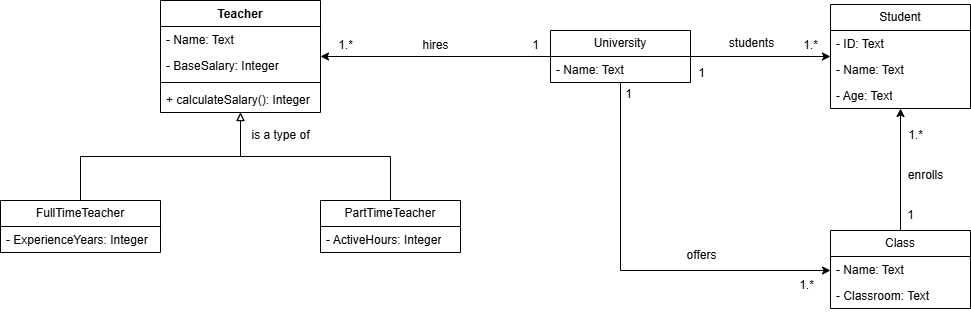
This is UniversitySystem - Class Diagram.png from n-montanez/university-system, a draw.io export, as it was before one commit. Source tidied: cells renumbered, new cells last; positions are measured from the earlier drawing's top-left corner, leaving out a move shared by most shapes. Source of this version:
```xml
<mxGraphModel>
  <root>
    <mxCell id="0" />
    <mxCell id="1" parent="0" />
    <mxCell id="2" value="Teacher" style="swimlane;fontStyle=1;align=center;verticalAlign=top;horizontal=1;startSize=26;whiteSpace=wrap;html=1;" parent="1" vertex="1">
      <mxGeometry x="160" width="160" height="112" as="geometry" />
    </mxCell>
    <mxCell id="3" value="- Name: Text" style="text;strokeColor=none;fillColor=none;align=left;verticalAlign=top;spacingLeft=4;spacingRight=4;overflow=hidden;whiteSpace=wrap;html=1;" parent="2" vertex="1">
      <mxGeometry y="26" width="160" height="26" as="geometry" />
    </mxCell>
    <mxCell id="4" value="- BaseSalary: Integer" style="text;strokeColor=none;fillColor=none;align=left;verticalAlign=top;spacingLeft=4;spacingRight=4;overflow=hidden;whiteSpace=wrap;html=1;" parent="2" vertex="1">
      <mxGeometry y="52" width="160" height="26" as="geometry" />
    </mxCell>
    <mxCell id="5" style="line;strokeWidth=1;fillColor=none;align=left;verticalAlign=middle;spacingTop=-1;spacingLeft=3;spacingRight=3;labelPosition=right;strokeColor=inherit;" parent="2" vertex="1">
      <mxGeometry y="78" width="160" height="8" as="geometry" />
    </mxCell>
    <mxCell id="6" value="+ calculateSalary(): Integer" style="text;strokeColor=none;fillColor=none;align=left;verticalAlign=top;spacingLeft=4;spacingRight=4;overflow=hidden;whiteSpace=wrap;html=1;" parent="2" vertex="1">
      <mxGeometry y="86" width="160" height="26" as="geometry" />
    </mxCell>
    <mxCell id="7" style="edgeStyle=orthogonalEdgeStyle;rounded=0;jettySize=auto;html=1;endArrow=block;endFill=0;" parent="1" edge="1" source="8" target="2">
      <mxGeometry relative="1" as="geometry" />
    </mxCell>
    <mxCell id="8" value="FullTimeTeacher" style="swimlane;fontStyle=0;horizontal=1;startSize=26;fillColor=none;whiteSpace=wrap;html=1;" parent="1" vertex="1">
      <mxGeometry y="200" width="160" height="52" as="geometry" />
    </mxCell>
    <mxCell id="9" value="- ExperienceYears: Integer" style="text;strokeColor=none;fillColor=none;align=left;verticalAlign=top;spacingLeft=4;spacingRight=4;overflow=hidden;whiteSpace=wrap;html=1;" parent="8" vertex="1">
      <mxGeometry y="26" width="160" height="26" as="geometry" />
    </mxCell>
    <mxCell id="10" style="edgeStyle=orthogonalEdgeStyle;rounded=0;jettySize=auto;html=1;endArrow=block;startFill=0;endFill=0;" parent="1" edge="1" source="11" target="2">
      <mxGeometry relative="1" as="geometry" />
    </mxCell>
    <mxCell id="11" value="PartTimeTeacher" style="swimlane;fontStyle=0;horizontal=1;startSize=26;fillColor=none;whiteSpace=wrap;html=1;" parent="1" vertex="1">
      <mxGeometry x="320" y="200" width="140" height="52" as="geometry" />
    </mxCell>
    <mxCell id="12" value="- ActiveHours: Integer" style="text;strokeColor=none;fillColor=none;align=left;verticalAlign=top;spacingLeft=4;spacingRight=4;overflow=hidden;whiteSpace=wrap;html=1;" parent="11" vertex="1">
      <mxGeometry y="26" width="140" height="26" as="geometry" />
    </mxCell>
    <mxCell id="13" style="edgeStyle=orthogonalEdgeStyle;rounded=0;jettySize=auto;html=1;" parent="1" edge="1" source="16" target="2">
      <mxGeometry relative="1" as="geometry" />
    </mxCell>
    <mxCell id="14" style="edgeStyle=orthogonalEdgeStyle;rounded=0;jettySize=auto;html=1;" parent="1" edge="1" source="16" target="26">
      <mxGeometry relative="1" as="geometry" />
    </mxCell>
    <mxCell id="15" style="edgeStyle=orthogonalEdgeStyle;rounded=0;jettySize=auto;html=1;" parent="1" edge="1" source="16" target="23">
      <mxGeometry relative="1" as="geometry">
        <Array as="points">
          <mxPoint x="620" y="270" />
        </Array>
      </mxGeometry>
    </mxCell>
    <mxCell id="16" value="University" style="swimlane;fontStyle=0;horizontal=1;startSize=26;fillColor=none;whiteSpace=wrap;html=1;" parent="1" vertex="1">
      <mxGeometry x="550" y="30" width="140" height="52" as="geometry" />
    </mxCell>
    <mxCell id="17" value="- Name: Text" style="text;strokeColor=none;fillColor=none;align=left;verticalAlign=top;spacingLeft=4;spacingRight=4;overflow=hidden;whiteSpace=wrap;html=1;" parent="16" vertex="1">
      <mxGeometry y="26" width="140" height="26" as="geometry" />
    </mxCell>
    <mxCell id="18" value="hires" style="text;html=1;align=center;verticalAlign=middle;strokeColor=none;fillColor=none;" parent="1" vertex="1">
      <mxGeometry x="410" y="30" width="50" height="30" as="geometry" />
    </mxCell>
    <mxCell id="19" value="1" style="text;html=1;align=center;verticalAlign=middle;strokeColor=none;fillColor=none;" parent="1" vertex="1">
      <mxGeometry x="520" y="30" width="30" height="30" as="geometry" />
    </mxCell>
    <mxCell id="20" value="1.*" style="text;html=1;align=center;verticalAlign=middle;strokeColor=none;fillColor=none;" parent="1" vertex="1">
      <mxGeometry x="325" y="30" width="40" height="30" as="geometry" />
    </mxCell>
    <mxCell id="21" value="is a type of" style="text;html=1;align=center;verticalAlign=middle;strokeColor=none;fillColor=none;" parent="1" vertex="1">
      <mxGeometry x="240" y="120" width="80" height="30" as="geometry" />
    </mxCell>
    <mxCell id="22" style="edgeStyle=orthogonalEdgeStyle;rounded=0;jettySize=auto;html=1;" parent="1" edge="1" source="23" target="26">
      <mxGeometry relative="1" as="geometry" />
    </mxCell>
    <mxCell id="23" value="Class" style="swimlane;fontStyle=0;horizontal=1;startSize=26;fillColor=none;whiteSpace=wrap;html=1;" parent="1" vertex="1">
      <mxGeometry x="830" y="230" width="140" height="78" as="geometry" />
    </mxCell>
    <mxCell id="24" value="- Name: Text" style="text;strokeColor=none;fillColor=none;align=left;verticalAlign=top;spacingLeft=4;spacingRight=4;overflow=hidden;whiteSpace=wrap;html=1;" parent="23" vertex="1">
      <mxGeometry y="26" width="140" height="26" as="geometry" />
    </mxCell>
    <mxCell id="25" value="- Classroom: Text" style="text;strokeColor=none;fillColor=none;align=left;verticalAlign=top;spacingLeft=4;spacingRight=4;overflow=hidden;whiteSpace=wrap;html=1;" parent="23" vertex="1">
      <mxGeometry y="52" width="140" height="26" as="geometry" />
    </mxCell>
    <mxCell id="26" value="Student" style="swimlane;fontStyle=0;horizontal=1;startSize=26;fillColor=none;whiteSpace=wrap;html=1;" parent="1" vertex="1">
      <mxGeometry x="830" y="4" width="140" height="104" as="geometry" />
    </mxCell>
    <mxCell id="27" value="- ID: Text" style="text;strokeColor=none;fillColor=none;align=left;verticalAlign=top;spacingLeft=4;spacingRight=4;overflow=hidden;whiteSpace=wrap;html=1;" parent="26" vertex="1">
      <mxGeometry y="26" width="140" height="26" as="geometry" />
    </mxCell>
    <mxCell id="28" value="- Name: Text" style="text;strokeColor=none;fillColor=none;align=left;verticalAlign=top;spacingLeft=4;spacingRight=4;overflow=hidden;whiteSpace=wrap;html=1;" parent="26" vertex="1">
      <mxGeometry y="52" width="140" height="26" as="geometry" />
    </mxCell>
    <mxCell id="29" value="- Age: Text" style="text;strokeColor=none;fillColor=none;align=left;verticalAlign=top;spacingLeft=4;spacingRight=4;overflow=hidden;whiteSpace=wrap;html=1;" parent="26" vertex="1">
      <mxGeometry y="78" width="140" height="26" as="geometry" />
    </mxCell>
    <mxCell id="30" value="1" style="text;html=1;align=center;verticalAlign=middle;strokeColor=none;fillColor=none;" parent="1" vertex="1">
      <mxGeometry x="895" y="200" width="30" height="30" as="geometry" />
    </mxCell>
    <mxCell id="31" value="1.*" style="text;html=1;align=center;verticalAlign=middle;strokeColor=none;fillColor=none;" parent="1" vertex="1">
      <mxGeometry x="895" y="120" width="40" height="30" as="geometry" />
    </mxCell>
    <mxCell id="32" value="enrolls" style="text;html=1;align=center;verticalAlign=middle;strokeColor=none;fillColor=none;" parent="1" vertex="1">
      <mxGeometry x="895" y="160" width="60" height="30" as="geometry" />
    </mxCell>
    <mxCell id="33" value="students" style="text;html=1;align=center;verticalAlign=middle;strokeColor=none;fillColor=none;" parent="1" vertex="1">
      <mxGeometry x="716" y="28" width="70" height="30" as="geometry" />
    </mxCell>
    <mxCell id="34" value="1" style="text;html=1;align=center;verticalAlign=middle;strokeColor=none;fillColor=none;" parent="1" vertex="1">
      <mxGeometry x="686" y="58" width="30" height="30" as="geometry" />
    </mxCell>
    <mxCell id="35" value="1.*" style="text;html=1;align=center;verticalAlign=middle;strokeColor=none;fillColor=none;" parent="1" vertex="1">
      <mxGeometry x="790" y="30" width="40" height="30" as="geometry" />
    </mxCell>
    <mxCell id="36" value="1" style="text;html=1;align=center;verticalAlign=middle;strokeColor=none;fillColor=none;" parent="1" vertex="1">
      <mxGeometry x="613" y="79" width="30" height="30" as="geometry" />
    </mxCell>
    <mxCell id="37" value="1.*" style="text;html=1;align=center;verticalAlign=middle;strokeColor=none;fillColor=none;" parent="1" vertex="1">
      <mxGeometry x="786" y="270" width="40" height="30" as="geometry" />
    </mxCell>
    <mxCell id="38" value="offers" style="text;html=1;align=center;verticalAlign=middle;strokeColor=none;fillColor=none;" parent="1" vertex="1">
      <mxGeometry x="676" y="240" width="50" height="30" as="geometry" />
    </mxCell>
  </root>
</mxGraphModel>
```
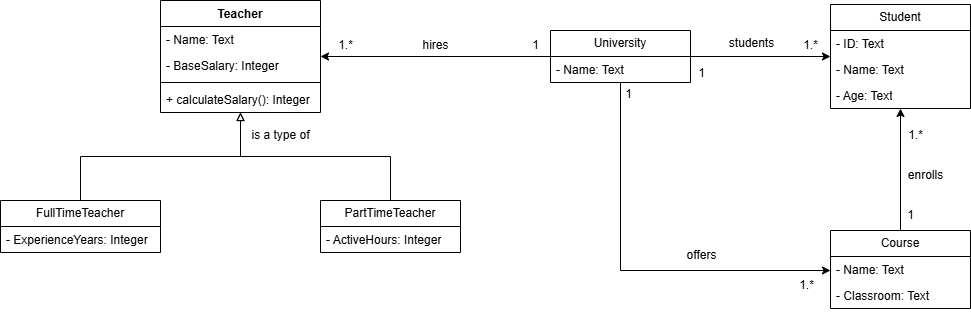
After the change.

Commit message:
fix: renaming class to course due to java conflict

Change to the diagram source:
```diff
@@ -69,7 +69,7 @@
     <mxCell id="22" style="edgeStyle=orthogonalEdgeStyle;rounded=0;jettySize=auto;html=1;" parent="1" edge="1" source="23" target="26">
       <mxGeometry relative="1" as="geometry" />
     </mxCell>
-    <mxCell id="23" value="Class" style="swimlane;fontStyle=0;horizontal=1;startSize=26;fillColor=none;whiteSpace=wrap;html=1;" parent="1" vertex="1">
+    <mxCell id="23" value="Course" style="swimlane;fontStyle=0;horizontal=1;startSize=26;fillColor=none;whiteSpace=wrap;html=1;" parent="1" vertex="1">
       <mxGeometry x="830" y="230" width="140" height="78" as="geometry" />
     </mxCell>
     <mxCell id="24" value="- Name: Text" style="text;strokeColor=none;fillColor=none;align=left;verticalAlign=top;spacingLeft=4;spacingRight=4;overflow=hidden;whiteSpace=wrap;html=1;" parent="23" vertex="1">
```
